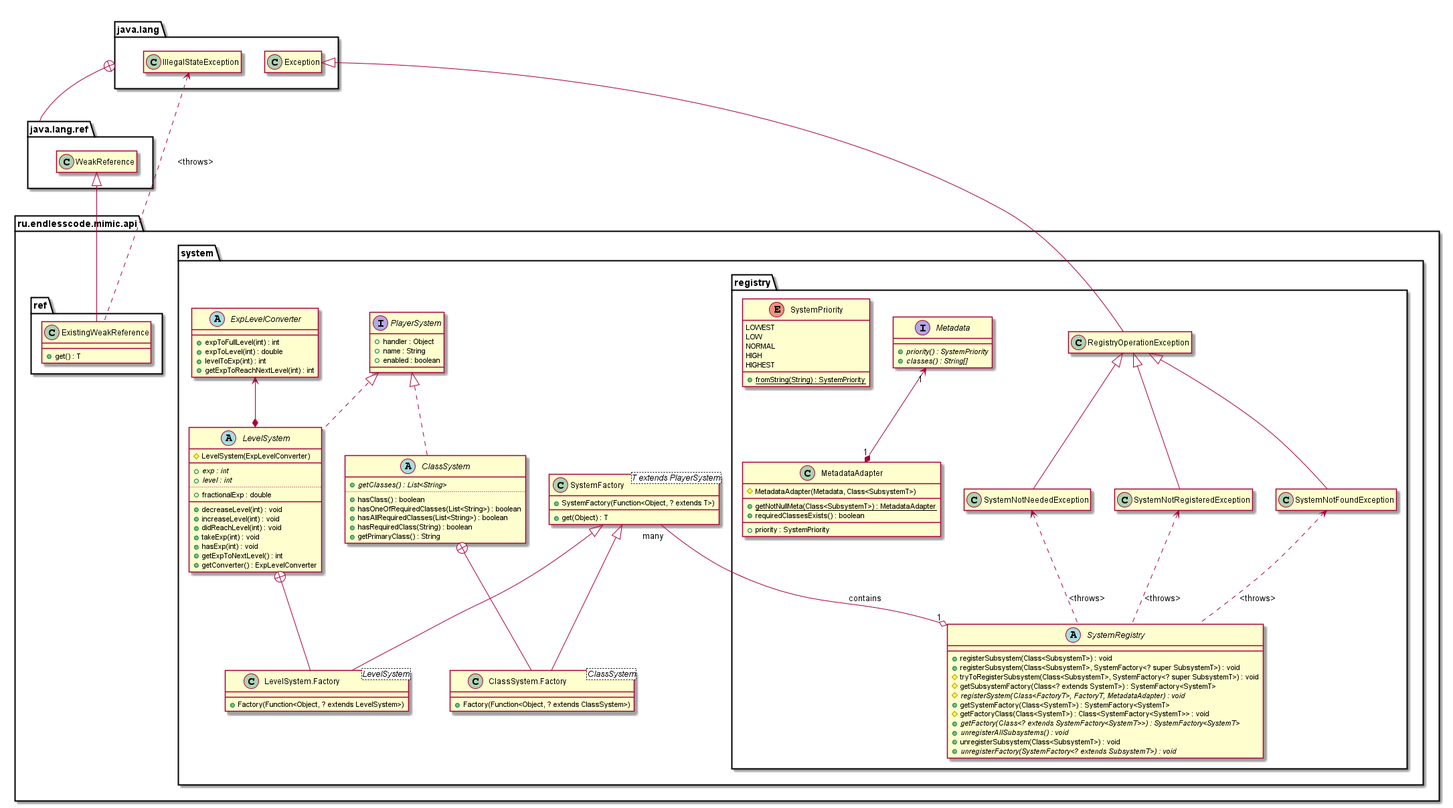
EndlessCodeGroup/Mimic keeps this PlantUML diagram as uml/classes/all.png. Above is the earlier version.
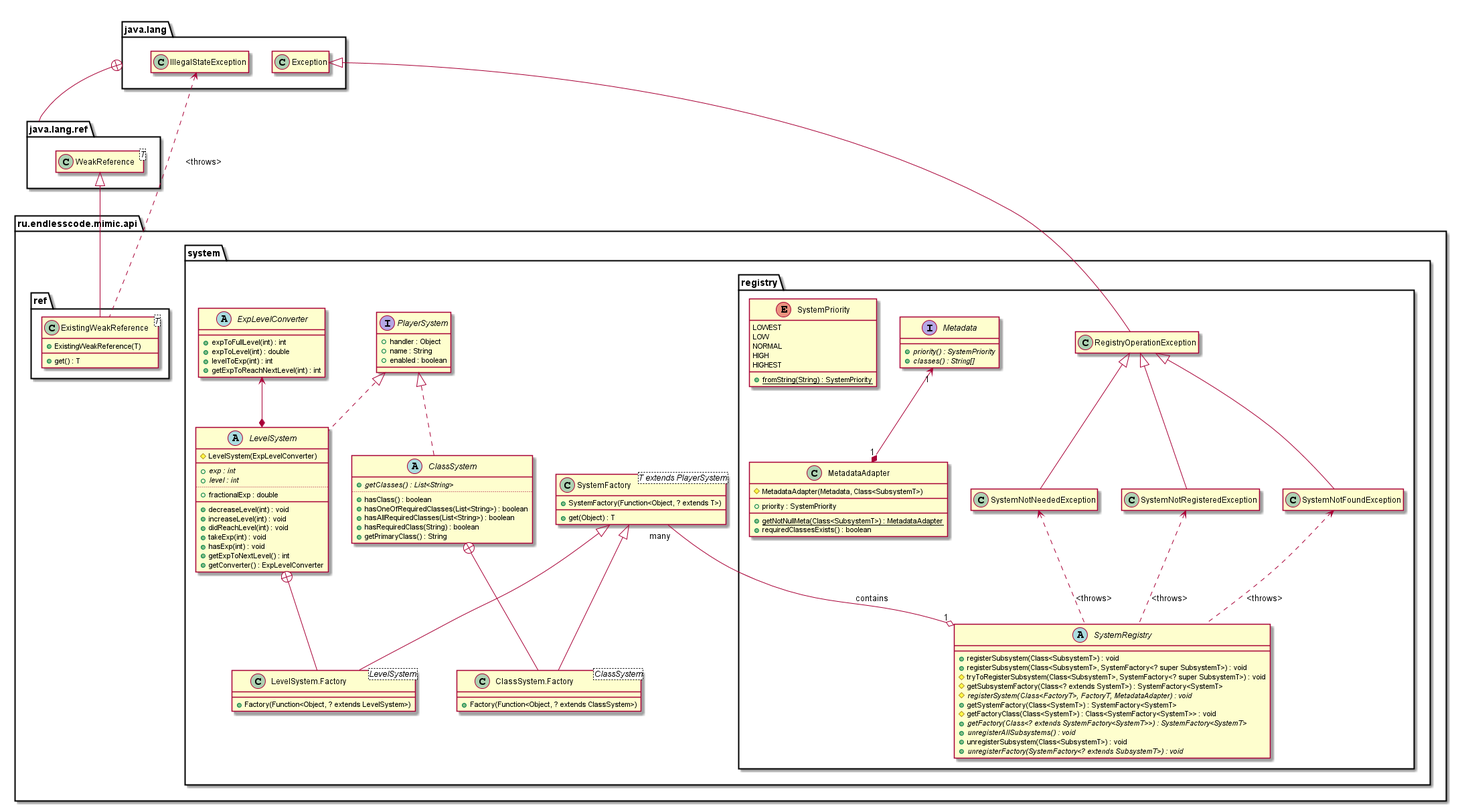
After the commit.

Commit message:
Fixed class UML image

The edit, as a diff of the source:
```diff
@@ -91,10 +91,10 @@
             class MetadataAdapter {
                 #MetadataAdapter(Metadata, Class<SubsystemT>)
                 __
+                +priority : SystemPriority
+                __
                 +{static}getNotNullMeta(Class<SubsystemT>) : MetadataAdapter
                 +requiredClassesExists() : boolean
-                __
-                +priority : SystemPriority
             }
 
             Metadata "1" <--* "1" MetadataAdapter
@@ -113,7 +113,9 @@
     }
 
     package ref {
-        class ExistingWeakReference extends java.lang.ref.WeakReference {
+        class ExistingWeakReference<T> extends java.lang.ref.WeakReference {
+            +ExistingWeakReference(T)
+            __
             +get() : T
         }
 
@@ -121,6 +123,8 @@
         java.lang +-- java.lang.ref
     }
 }
+
+class java.lang.ref.WeakReference<T>
 
 hide java.lang.Exception members
 hide java.lang.IllegalStateException members
```
